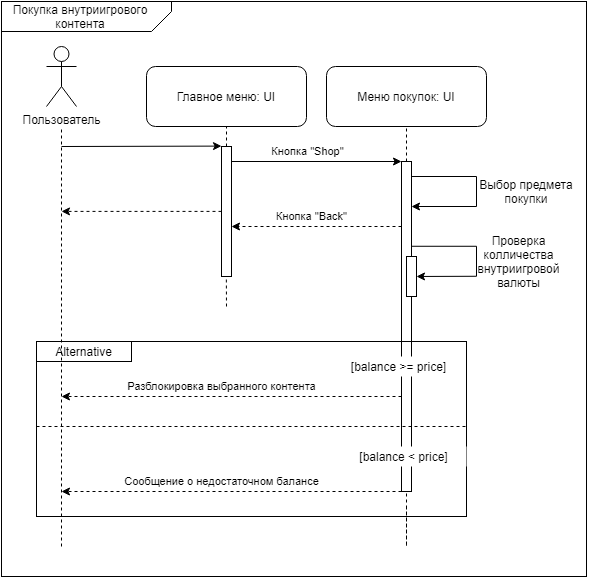
Earlier version of the draw.io export documentation/UML/Sequence/ActivityDiag3.png (Vorobeyyyyyy/DinoMayhem). Source tidied: cells renumbered, new cells last; positions are measured from the earlier drawing's top-left corner, leaving out a move shared by most shapes. The source it was exported from:
```xml
<mxGraphModel>
  <root>
    <mxCell id="0" />
    <mxCell id="1" parent="0" />
    <mxCell id="2" style="rounded=0;whiteSpace=wrap;html=1;fillColor=none;" parent="1" vertex="1">
      <mxGeometry x="35" y="340" width="430" height="175" as="geometry" />
    </mxCell>
    <mxCell id="3" style="rounded=0;whiteSpace=wrap;html=1;fillColor=none;" parent="1" vertex="1">
      <mxGeometry width="585" height="575" as="geometry" />
    </mxCell>
    <mxCell id="4" style="shape=card;whiteSpace=wrap;html=1;rotation=-180;size=20;fillColor=none;rounded=0;shadow=0;arcSize=20;" parent="1" vertex="1">
      <mxGeometry width="170" height="30" as="geometry" />
    </mxCell>
    <mxCell id="5" value="Покупка внутриигрового контента" style="text;html=1;strokeColor=none;fillColor=none;align=center;verticalAlign=middle;whiteSpace=wrap;rounded=0;" parent="1" vertex="1">
      <mxGeometry x="9" y="5" width="140" height="20" as="geometry" />
    </mxCell>
    <mxCell id="6" value="Пользователь" style="shape=umlActor;verticalLabelPosition=bottom;verticalAlign=top;html=1;" parent="1" vertex="1">
      <mxGeometry x="45" y="45" width="30" height="60" as="geometry" />
    </mxCell>
    <mxCell id="7" value="Меню покупок: UI" style="rounded=1;whiteSpace=wrap;html=1;" parent="1" vertex="1">
      <mxGeometry x="325" y="65" width="160" height="60" as="geometry" />
    </mxCell>
    <mxCell id="8" style="endArrow=none;dashed=1;html=1;entryX=0.5;entryY=1;entryDx=0;entryDy=0;" parent="1" edge="1">
      <mxGeometry relative="1" as="geometry">
        <mxPoint x="225" y="145" as="sourcePoint" />
        <mxPoint x="225" y="125" as="targetPoint" />
      </mxGeometry>
    </mxCell>
    <mxCell id="9" style="rounded=0;whiteSpace=wrap;html=1;fillColor=none;" parent="1" vertex="1">
      <mxGeometry x="220" y="145" width="10" height="130" as="geometry" />
    </mxCell>
    <mxCell id="10" style="endArrow=none;dashed=1;html=1;entryX=0.5;entryY=1;entryDx=0;entryDy=0;exitX=0.5;exitY=0;exitDx=0;exitDy=0;" parent="1" edge="1" source="11">
      <mxGeometry relative="1" as="geometry">
        <mxPoint x="405" y="125" as="targetPoint" />
      </mxGeometry>
    </mxCell>
    <mxCell id="11" style="rounded=0;whiteSpace=wrap;html=1;fillColor=none;" parent="1" vertex="1">
      <mxGeometry x="400" y="160" width="10" height="330" as="geometry" />
    </mxCell>
    <mxCell id="12" style="endArrow=classic;html=1;" parent="1" edge="1">
      <mxGeometry relative="1" as="geometry">
        <mxPoint x="230" y="160" as="sourcePoint" />
        <mxPoint x="400" y="160" as="targetPoint" />
      </mxGeometry>
    </mxCell>
    <mxCell id="13" value="Кнопка &quot;Shop&quot;" style="edgeLabel;html=1;align=center;verticalAlign=middle;" parent="12" vertex="1">
      <mxGeometry x="-0.29" y="1" relative="1" as="geometry">
        <mxPoint x="14.8" y="-8.9" as="offset" />
      </mxGeometry>
    </mxCell>
    <mxCell id="14" value="Главное меню: UI" style="rounded=1;whiteSpace=wrap;html=1;" parent="1" vertex="1">
      <mxGeometry x="145" y="65" width="160" height="60" as="geometry" />
    </mxCell>
    <mxCell id="15" style="endArrow=none;dashed=1;html=1;" parent="1" edge="1">
      <mxGeometry relative="1" as="geometry">
        <mxPoint x="60" y="545" as="sourcePoint" />
        <mxPoint x="60" y="125" as="targetPoint" />
      </mxGeometry>
    </mxCell>
    <mxCell id="16" style="endArrow=classic;html=1;" parent="1" edge="1">
      <mxGeometry relative="1" as="geometry">
        <mxPoint x="60" y="145" as="sourcePoint" />
        <mxPoint x="220" y="144.6" as="targetPoint" />
      </mxGeometry>
    </mxCell>
    <mxCell id="17" style="endArrow=classic;html=1;dashed=1;" parent="1" edge="1">
      <mxGeometry relative="1" as="geometry">
        <mxPoint x="400" y="225" as="sourcePoint" />
        <mxPoint x="230" y="225" as="targetPoint" />
      </mxGeometry>
    </mxCell>
    <mxCell id="18" value="Кнопка &quot;Back&quot;" style="edgeLabel;html=1;align=center;verticalAlign=middle;" parent="17" vertex="1">
      <mxGeometry x="0.06" relative="1" as="geometry">
        <mxPoint y="-10" as="offset" />
      </mxGeometry>
    </mxCell>
    <mxCell id="19" style="endArrow=classic;html=1;dashed=1;" parent="1" edge="1">
      <mxGeometry relative="1" as="geometry">
        <mxPoint x="220" y="209.9" as="sourcePoint" />
        <mxPoint x="60" y="209.9" as="targetPoint" />
      </mxGeometry>
    </mxCell>
    <mxCell id="20" style="endArrow=none;dashed=1;html=1;entryX=0.5;entryY=1;entryDx=0;entryDy=0;" parent="1" edge="1">
      <mxGeometry relative="1" as="geometry">
        <mxPoint x="225" y="305" as="sourcePoint" />
        <mxPoint x="224.8" y="275" as="targetPoint" />
      </mxGeometry>
    </mxCell>
    <mxCell id="21" style="endArrow=none;dashed=1;html=1;" parent="1" edge="1">
      <mxGeometry relative="1" as="geometry">
        <mxPoint x="405" y="505" as="sourcePoint" />
        <mxPoint x="405" y="490" as="targetPoint" />
        <Array as="points">
          <mxPoint x="405" y="550" />
        </Array>
      </mxGeometry>
    </mxCell>
    <mxCell id="22" style="endArrow=classic;html=1;" parent="1" edge="1">
      <mxGeometry relative="1" as="geometry">
        <mxPoint x="475" y="205" as="sourcePoint" />
        <mxPoint x="410" y="205" as="targetPoint" />
      </mxGeometry>
    </mxCell>
    <mxCell id="23" style="endArrow=none;html=1;" parent="1" edge="1">
      <mxGeometry relative="1" as="geometry">
        <mxPoint x="410" y="175" as="sourcePoint" />
        <mxPoint x="475" y="175" as="targetPoint" />
      </mxGeometry>
    </mxCell>
    <mxCell id="24" style="endArrow=none;html=1;" parent="1" edge="1">
      <mxGeometry relative="1" as="geometry">
        <mxPoint x="475" y="205" as="sourcePoint" />
        <mxPoint x="475" y="175" as="targetPoint" />
      </mxGeometry>
    </mxCell>
    <mxCell id="25" style="endArrow=classic;html=1;" parent="1" edge="1" target="36">
      <mxGeometry relative="1" as="geometry">
        <mxPoint x="475" y="274.8" as="sourcePoint" />
      </mxGeometry>
    </mxCell>
    <mxCell id="26" style="endArrow=none;html=1;" parent="1" edge="1">
      <mxGeometry relative="1" as="geometry">
        <mxPoint x="410" y="244.8" as="sourcePoint" />
        <mxPoint x="475" y="244.8" as="targetPoint" />
      </mxGeometry>
    </mxCell>
    <mxCell id="27" style="endArrow=none;html=1;" parent="1" edge="1">
      <mxGeometry relative="1" as="geometry">
        <mxPoint x="475" y="274.8" as="sourcePoint" />
        <mxPoint x="475" y="244.8" as="targetPoint" />
      </mxGeometry>
    </mxCell>
    <mxCell id="28" value="Выбор предмета покупки" style="text;html=1;strokeColor=none;fillColor=none;align=center;verticalAlign=middle;whiteSpace=wrap;rounded=0;" parent="1" vertex="1">
      <mxGeometry x="475" y="160" width="100" height="60" as="geometry" />
    </mxCell>
    <mxCell id="29" value="Проверка колличества внутриигровой валюты" style="text;html=1;strokeColor=none;fillColor=none;align=center;verticalAlign=middle;whiteSpace=wrap;rounded=0;" parent="1" vertex="1">
      <mxGeometry x="480" y="230" width="75" height="60" as="geometry" />
    </mxCell>
    <mxCell id="30" style="endArrow=none;dashed=1;html=1;" parent="1" edge="1">
      <mxGeometry relative="1" as="geometry">
        <mxPoint x="35" y="425" as="sourcePoint" />
        <mxPoint x="465" y="425" as="targetPoint" />
      </mxGeometry>
    </mxCell>
    <mxCell id="31" style="endArrow=classic;html=1;dashed=1;" parent="1" edge="1">
      <mxGeometry relative="1" as="geometry">
        <mxPoint x="400" y="490" as="sourcePoint" />
        <mxPoint x="60" y="490" as="targetPoint" />
      </mxGeometry>
    </mxCell>
    <mxCell id="32" value="Сообщение о недостаточном балансе" style="edgeLabel;html=1;align=center;verticalAlign=middle;" parent="31" vertex="1">
      <mxGeometry x="0.06" relative="1" as="geometry">
        <mxPoint y="-10" as="offset" />
      </mxGeometry>
    </mxCell>
    <mxCell id="33" style="endArrow=classic;html=1;dashed=1;" parent="1" edge="1">
      <mxGeometry relative="1" as="geometry">
        <mxPoint x="400" y="395" as="sourcePoint" />
        <mxPoint x="60" y="395" as="targetPoint" />
      </mxGeometry>
    </mxCell>
    <mxCell id="34" value="Разблокировка выбранного контента" style="edgeLabel;html=1;align=center;verticalAlign=middle;" parent="33" vertex="1">
      <mxGeometry x="0.06" relative="1" as="geometry">
        <mxPoint y="-10" as="offset" />
      </mxGeometry>
    </mxCell>
    <mxCell id="35" value="Alternative" style="rounded=0;whiteSpace=wrap;html=1;fillColor=none;" parent="1" vertex="1">
      <mxGeometry x="35" y="340" width="95" height="20" as="geometry" />
    </mxCell>
    <mxCell id="36" style="rounded=0;whiteSpace=wrap;html=1;" parent="1" vertex="1">
      <mxGeometry x="405" y="255" width="10" height="40" as="geometry" />
    </mxCell>
    <mxCell id="37" value="[balance &amp;gt;= price]" style="text;html=1;strokeColor=none;align=center;verticalAlign=middle;whiteSpace=wrap;rounded=0;fillColor=#ffffff;" parent="1" vertex="1">
      <mxGeometry x="335" y="355" width="125" height="20" as="geometry" />
    </mxCell>
    <mxCell id="38" value="[balance &amp;lt; price]" style="text;html=1;strokeColor=none;align=center;verticalAlign=middle;whiteSpace=wrap;rounded=0;fillColor=#ffffff;" parent="1" vertex="1">
      <mxGeometry x="340" y="445" width="125" height="20" as="geometry" />
    </mxCell>
  </root>
</mxGraphModel>
```
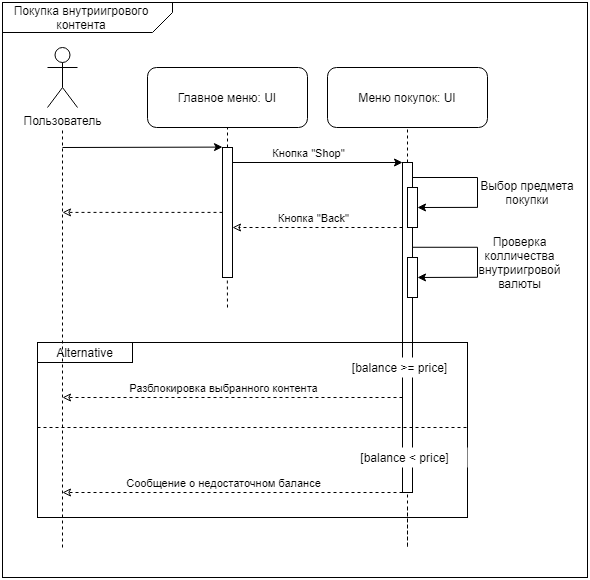
After the change.

Diff of the diagram source:
```diff
@@ -63,7 +63,7 @@
         <mxPoint x="220" y="144.6" as="targetPoint" />
       </mxGeometry>
     </mxCell>
-    <mxCell id="17" style="endArrow=classic;html=1;dashed=1;" parent="1" edge="1">
+    <mxCell id="17" style="endArrow=classic;html=1;dashed=1;endFill=0;" parent="1" edge="1">
       <mxGeometry relative="1" as="geometry">
         <mxPoint x="400" y="225" as="sourcePoint" />
         <mxPoint x="230" y="225" as="targetPoint" />
@@ -74,7 +74,7 @@
         <mxPoint y="-10" as="offset" />
       </mxGeometry>
     </mxCell>
-    <mxCell id="19" style="endArrow=classic;html=1;dashed=1;" parent="1" edge="1">
+    <mxCell id="19" style="endArrow=classic;html=1;dashed=1;endFill=0;" parent="1" edge="1">
       <mxGeometry relative="1" as="geometry">
         <mxPoint x="220" y="209.9" as="sourcePoint" />
         <mxPoint x="60" y="209.9" as="targetPoint" />
@@ -95,10 +95,9 @@
         </Array>
       </mxGeometry>
     </mxCell>
-    <mxCell id="22" style="endArrow=classic;html=1;" parent="1" edge="1">
+    <mxCell id="22" style="endArrow=classic;html=1;entryX=1;entryY=0.5;entryDx=0;entryDy=0;" parent="1" edge="1" target="39">
       <mxGeometry relative="1" as="geometry">
-        <mxPoint x="475" y="205" as="sourcePoint" />
-        <mxPoint x="410" y="205" as="targetPoint" />
+        <mxPoint x="475" y="204.9" as="sourcePoint" />
       </mxGeometry>
     </mxCell>
     <mxCell id="23" style="endArrow=none;html=1;" parent="1" edge="1">
@@ -142,7 +141,7 @@
         <mxPoint x="465" y="425" as="targetPoint" />
       </mxGeometry>
     </mxCell>
-    <mxCell id="31" style="endArrow=classic;html=1;dashed=1;" parent="1" edge="1">
+    <mxCell id="31" style="endArrow=classic;html=1;dashed=1;endFill=0;" parent="1" edge="1">
       <mxGeometry relative="1" as="geometry">
         <mxPoint x="400" y="490" as="sourcePoint" />
         <mxPoint x="60" y="490" as="targetPoint" />
@@ -153,7 +152,7 @@
         <mxPoint y="-10" as="offset" />
       </mxGeometry>
     </mxCell>
-    <mxCell id="33" style="endArrow=classic;html=1;dashed=1;" parent="1" edge="1">
+    <mxCell id="33" style="endArrow=classic;html=1;dashed=1;endFill=0;" parent="1" edge="1">
       <mxGeometry relative="1" as="geometry">
         <mxPoint x="400" y="395" as="sourcePoint" />
         <mxPoint x="60" y="395" as="targetPoint" />
@@ -176,5 +175,8 @@
     <mxCell id="38" value="[balance &amp;lt; price]" style="text;html=1;strokeColor=none;align=center;verticalAlign=middle;whiteSpace=wrap;rounded=0;fillColor=#ffffff;" parent="1" vertex="1">
       <mxGeometry x="340" y="445" width="125" height="20" as="geometry" />
     </mxCell>
+    <mxCell id="39" style="rounded=0;whiteSpace=wrap;html=1;" parent="1" vertex="1">
+      <mxGeometry x="405" y="185" width="10" height="40" as="geometry" />
+    </mxCell>
   </root>
 </mxGraphModel>
```
